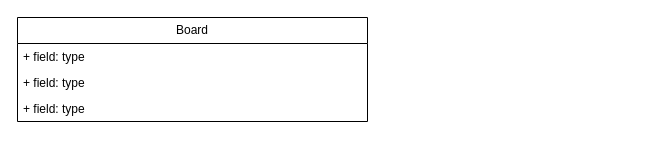
This is Diagrama sem nome.drawio from hsantana2024/5-desafios-java-DIO, a draw.io file, before an edit. Source tidied: cells renumbered, new cells numbered last; positions are measured from the earlier drawing's top-left corner, leaving out a move shared by most shapes. Both pictures are drawn from the tidied source at 100%, with x=0, y=0 at pixel (17, 17).
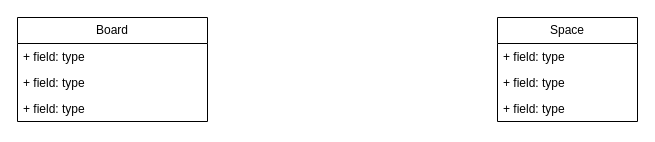
The same page after the edit.

Diff of the diagram source:
```diff
@@
 <mxGraphModel>
   <root>
     <mxCell id="0" />
     <mxCell id="1" parent="0" />
     <mxCell id="2" value="Board" style="swimlane;fontStyle=0;horizontal=1;startSize=26;fillColor=none;whiteSpace=wrap;html=1;" parent="1" vertex="1">
-      <mxGeometry width="350" height="104" as="geometry" />
+      <mxGeometry width="190" height="104" as="geometry" />
     </mxCell>
     <mxCell id="3" value="+ field: type" style="text;strokeColor=none;fillColor=none;align=left;verticalAlign=top;spacingLeft=4;spacingRight=4;overflow=hidden;whiteSpace=wrap;html=1;" parent="2" vertex="1">
-      <mxGeometry y="26" width="350" height="26" as="geometry" />
+      <mxGeometry y="26" width="190" height="26" as="geometry" />
     </mxCell>
     <mxCell id="4" value="+ field: type" style="text;strokeColor=none;fillColor=none;align=left;verticalAlign=top;spacingLeft=4;spacingRight=4;overflow=hidden;whiteSpace=wrap;html=1;" parent="2" vertex="1">
-      <mxGeometry y="52" width="350" height="26" as="geometry" />
+      <mxGeometry y="52" width="190" height="26" as="geometry" />
     </mxCell>
     <mxCell id="5" value="+ field: type" style="text;strokeColor=none;fillColor=none;align=left;verticalAlign=top;spacingLeft=4;spacingRight=4;overflow=hidden;whiteSpace=wrap;html=1;" parent="2" vertex="1">
-      <mxGeometry y="78" width="350" height="26" as="geometry" />
+      <mxGeometry y="78" width="190" height="26" as="geometry" />
     </mxCell>
+    <mxCell id="6" value="Space" style="swimlane;fontStyle=0;horizontal=1;startSize=26;fillColor=none;whiteSpace=wrap;html=1;" parent="1" vertex="1">
+      <mxGeometry x="480" width="140" height="104" as="geometry" />
+    </mxCell>
+    <mxCell id="7" value="+ field: type" style="text;strokeColor=none;fillColor=none;align=left;verticalAlign=top;spacingLeft=4;spacingRight=4;overflow=hidden;whiteSpace=wrap;html=1;" parent="6" vertex="1">
+      <mxGeometry y="26" width="140" height="26" as="geometry" />
+    </mxCell>
+    <mxCell id="8" value="+ field: type" style="text;strokeColor=none;fillColor=none;align=left;verticalAlign=top;spacingLeft=4;spacingRight=4;overflow=hidden;whiteSpace=wrap;html=1;" parent="6" vertex="1">
+      <mxGeometry y="52" width="140" height="26" as="geometry" />
+    </mxCell>
+    <mxCell id="9" value="+ field: type" style="text;strokeColor=none;fillColor=none;align=left;verticalAlign=top;spacingLeft=4;spacingRight=4;overflow=hidden;whiteSpace=wrap;html=1;" parent="6" vertex="1">
+      <mxGeometry y="78" width="140" height="26" as="geometry" />
+    </mxCell>
   </root>
 </mxGraphModel>
```
